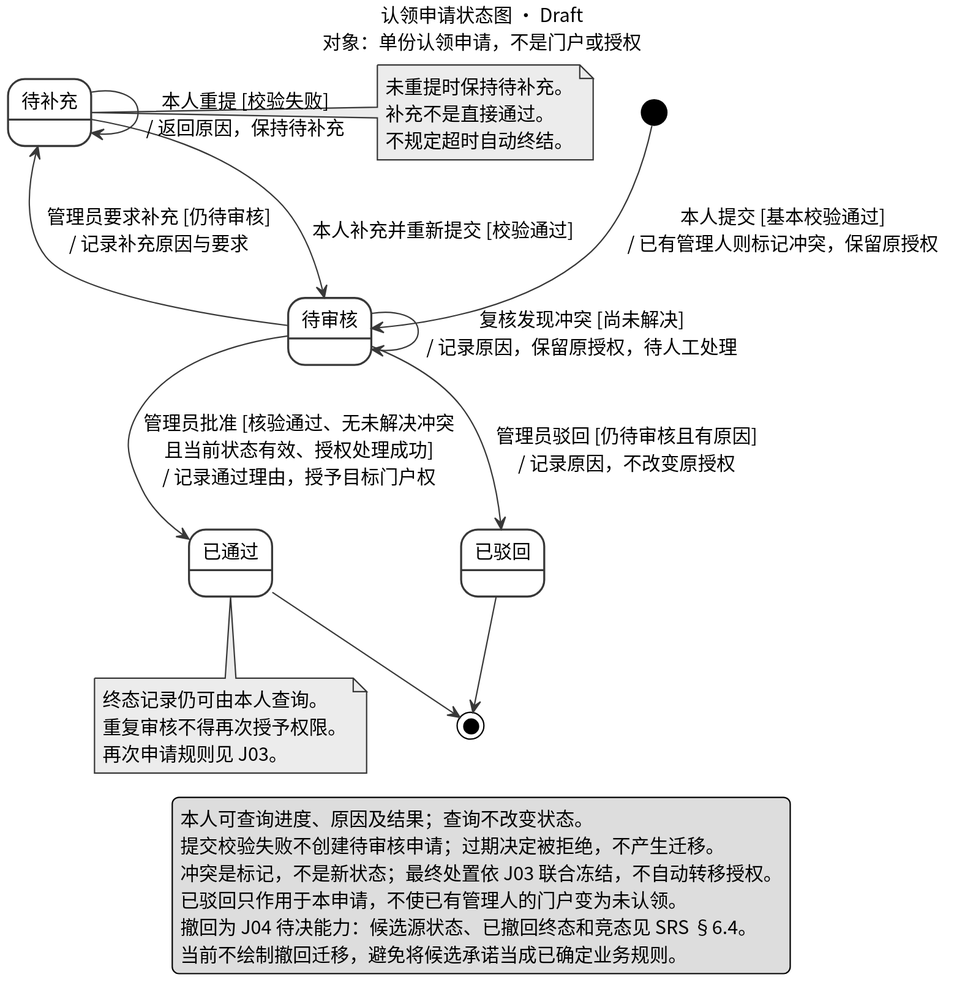
The PlantUML diagram docs/uml/claim/generated/DGM-STATE-02-claim-request.svg in CognitaNexus/CognitaNexus, before a commit. Source of this version:
```plantuml
@startuml
skinparam monochrome true
skinparam shadowing false
skinparam defaultFontName "Noto Sans CJK SC"
skinparam dpi 150

skinparam defaultFontSize 14
skinparam state {
  BackgroundColor white
}
title 认领申请状态图 · Draft\n对象：单份认领申请，不是门户或授权

state "待审核" as Pending
state "待补充" as Supplement
state "已通过" as Approved
state "已驳回" as Rejected

[*] --> Pending : 本人提交 [基本校验通过]\n/ 已有管理人则标记冲突，保留原授权
Pending --> Supplement : 管理员要求补充 [仍待审核]\n/ 记录补充原因与要求
Supplement --> Pending : 本人补充并重新提交 [校验通过]
Supplement --> Supplement : 本人重提 [校验失败]\n/ 返回原因，保持待补充
Pending --> Pending : 复核发现冲突 [尚未解决]\n/ 记录原因，保留原授权，待人工处理
Pending --> Approved : 管理员批准 [核验通过、无未解决冲突\n且当前状态有效、授权处理成功]\n/ 记录通过理由，授予目标门户权
Pending --> Rejected : 管理员驳回 [仍待审核且有原因]\n/ 记录原因，不改变原授权
Approved --> [*]
Rejected --> [*]

note right of Supplement
  未重提时保持待补充。
  补充不是直接通过。
  不规定超时自动终结。
end note

note bottom of Approved
  终态记录仍可由本人查询。
  重复审核不得再次授予权限。
  再次申请规则见 J03。
end note

legend bottom
  本人可查询进度、原因及结果；查询不改变状态。
  提交校验失败不创建待审核申请；过期决定被拒绝，不产生迁移。
  冲突是标记，不是新状态；最终处置依 J03 联合冻结，不自动转移授权。
  已驳回只作用于本申请，不使已有管理人的门户变为未认领。
  撤回为 J04 待决能力：候选源状态、已撤回终态和竞态见 SRS §6.4。
  当前不绘制撤回迁移，避免将候选承诺当成已确定业务规则。
endlegend
@enduml
```
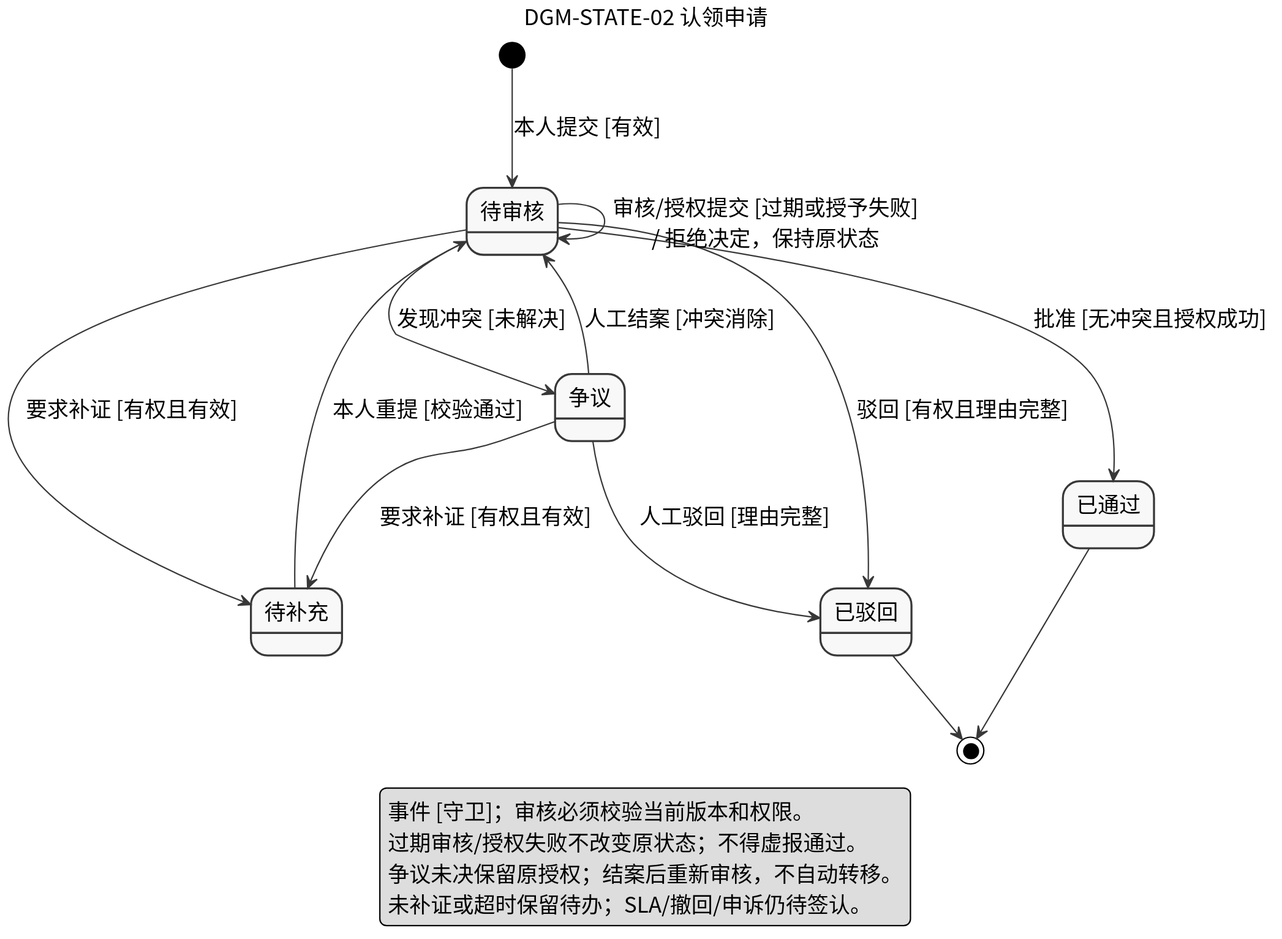
The same file after the commit.

Change to the diagram source:
```diff
@@ -2,47 +2,30 @@
 skinparam monochrome true
 skinparam shadowing false
 skinparam defaultFontName "Noto Sans CJK SC"
+skinparam defaultFontSize 16
 skinparam dpi 150
-
-skinparam defaultFontSize 14
-skinparam state {
-  BackgroundColor white
-}
-title 认领申请状态图 · Draft\n对象：单份认领申请，不是门户或授权
-
+title DGM-STATE-02 认领申请
 state "待审核" as Pending
 state "待补充" as Supplement
+state "争议" as Dispute
 state "已通过" as Approved
 state "已驳回" as Rejected
-
-[*] --> Pending : 本人提交 [基本校验通过]\n/ 已有管理人则标记冲突，保留原授权
-Pending --> Supplement : 管理员要求补充 [仍待审核]\n/ 记录补充原因与要求
-Supplement --> Pending : 本人补充并重新提交 [校验通过]
-Supplement --> Supplement : 本人重提 [校验失败]\n/ 返回原因，保持待补充
-Pending --> Pending : 复核发现冲突 [尚未解决]\n/ 记录原因，保留原授权，待人工处理
-Pending --> Approved : 管理员批准 [核验通过、无未解决冲突\n且当前状态有效、授权处理成功]\n/ 记录通过理由，授予目标门户权
-Pending --> Rejected : 管理员驳回 [仍待审核且有原因]\n/ 记录原因，不改变原授权
+[*] --> Pending : 本人提交 [有效]
+Pending --> Supplement : 要求补证 [有权且有效]
+Supplement --> Pending : 本人重提 [校验通过]
+Pending --> Dispute : 发现冲突 [未解决]
+Dispute --> Supplement : 要求补证 [有权且有效]
+Dispute --> Pending : 人工结案 [冲突消除]
+Dispute --> Rejected : 人工驳回 [理由完整]
+Pending --> Approved : 批准 [无冲突且授权成功]
+Pending --> Rejected : 驳回 [有权且理由完整]
+Pending --> Pending : 审核/授权提交 [过期或授予失败]\n/ 拒绝决定，保持原状态
 Approved --> [*]
 Rejected --> [*]
-
-note right of Supplement
-  未重提时保持待补充。
-  补充不是直接通过。
-  不规定超时自动终结。
-end note
-
-note bottom of Approved
-  终态记录仍可由本人查询。
-  重复审核不得再次授予权限。
-  再次申请规则见 J03。
-end note
-
 legend bottom
-  本人可查询进度、原因及结果；查询不改变状态。
-  提交校验失败不创建待审核申请；过期决定被拒绝，不产生迁移。
-  冲突是标记，不是新状态；最终处置依 J03 联合冻结，不自动转移授权。
-  已驳回只作用于本申请，不使已有管理人的门户变为未认领。
-  撤回为 J04 待决能力：候选源状态、已撤回终态和竞态见 SRS §6.4。
-  当前不绘制撤回迁移，避免将候选承诺当成已确定业务规则。
+  事件 [守卫]；审核必须校验当前版本和权限。
+  过期审核/授权失败不改变原状态；不得虚报通过。
+  争议未决保留原授权；结案后重新审核，不自动转移。
+  未补证或超时保留待办；SLA/撤回/申诉仍待签认。
 endlegend
 @enduml
```
